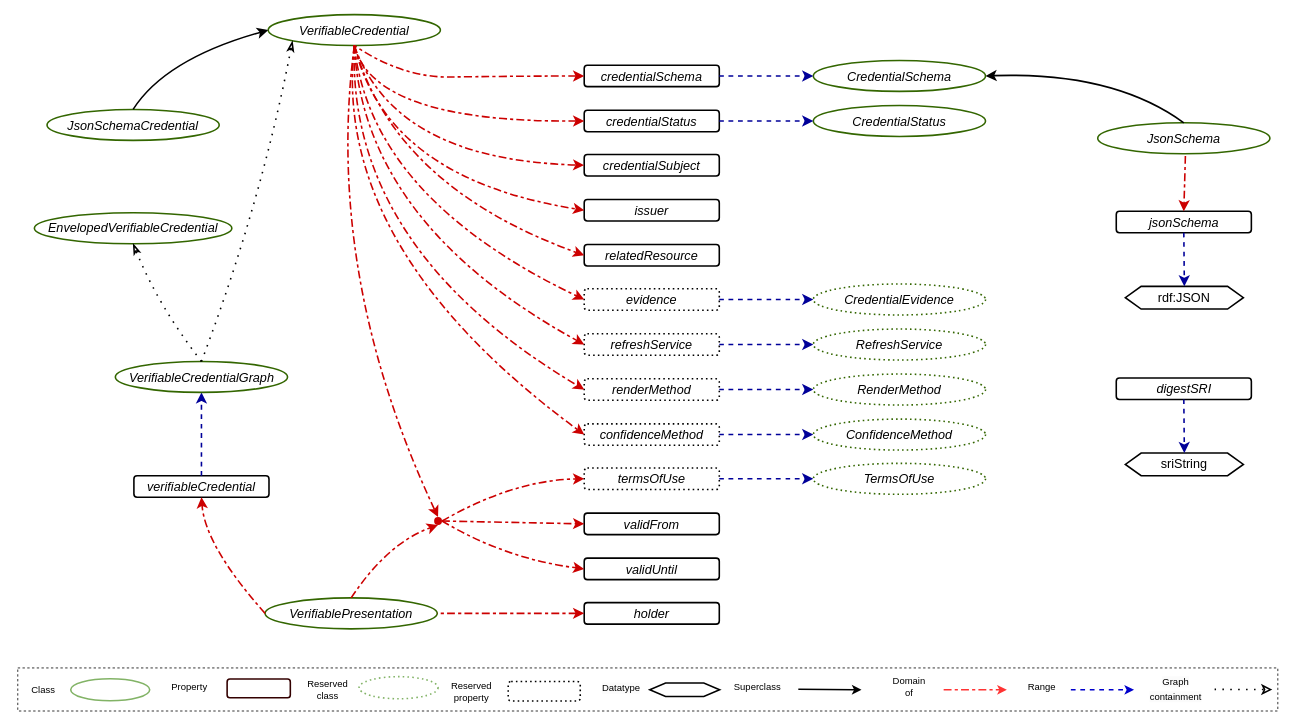
w3c/vc-data-model keeps this draw.io diagram as vocab/credentials/v2/vocabulary.drawio. Above is the earlier version. Source tidied: cells renumbered, new cells numbered last; positions are measured from the earlier drawing's top-left corner, leaving out a move shared by most shapes. Both pictures are drawn from the tidied source at 79%, with x=0, y=0 at pixel (17, 14).
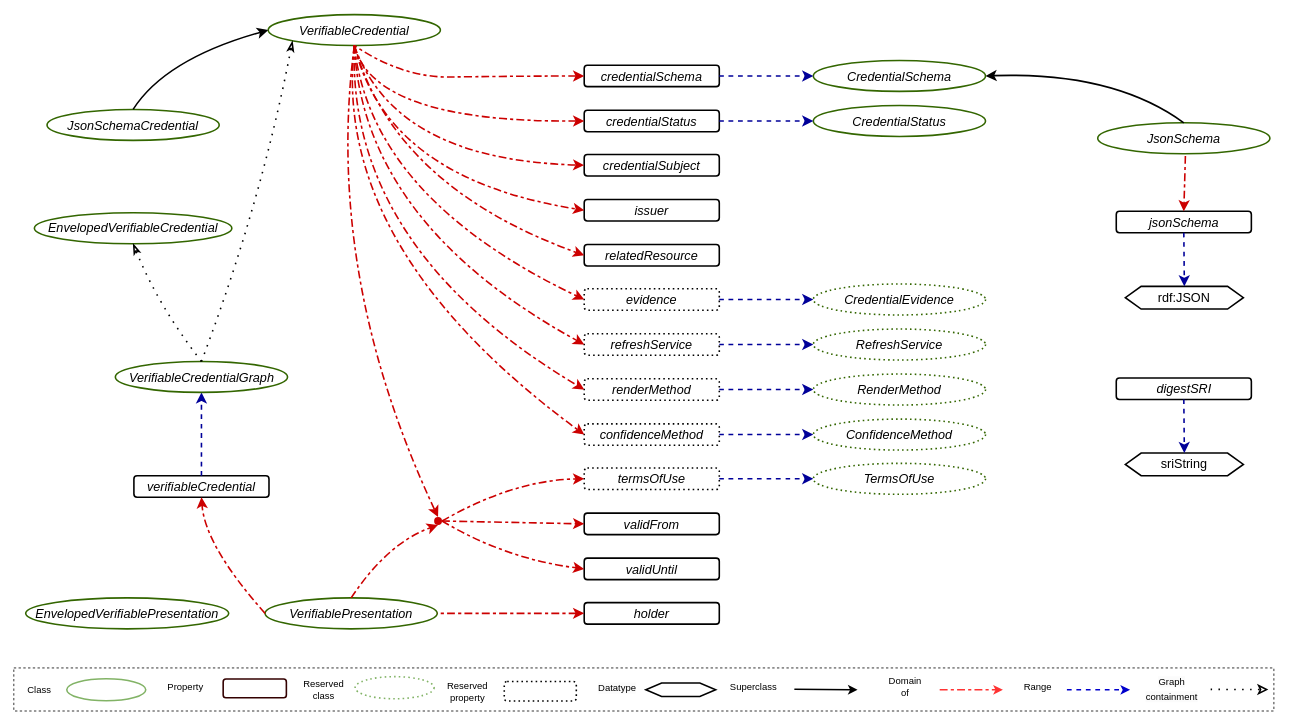
The same diagram, later.

Commit message (it also covers changes not shown here):
Added enveloped presentation to the vocabulary

Change to the diagram source:
```diff
@@
     <mxCell id="66" style="group;" parent="1" vertex="1">
-      <mxGeometry y="827" width="1595" height="54.5" as="geometry" />
+      <mxGeometry x="-5" y="827" width="1595" height="54.5" as="geometry" />
     </mxCell>
@@
+    <mxCell id="94" value="&lt;i&gt;&lt;font color=&quot;#000000&quot;&gt;EnvelopedVerifiablePresentation&lt;/font&gt;&lt;/i&gt;" style="ellipse;whiteSpace=wrap;html=1;fontSize=16;fillColor=none;strokeWidth=2;strokeColor=#336600;" parent="1" vertex="1">
+      <mxGeometry x="10" y="738.3" width="257" height="39.2" as="geometry" />
+    </mxCell>
```
